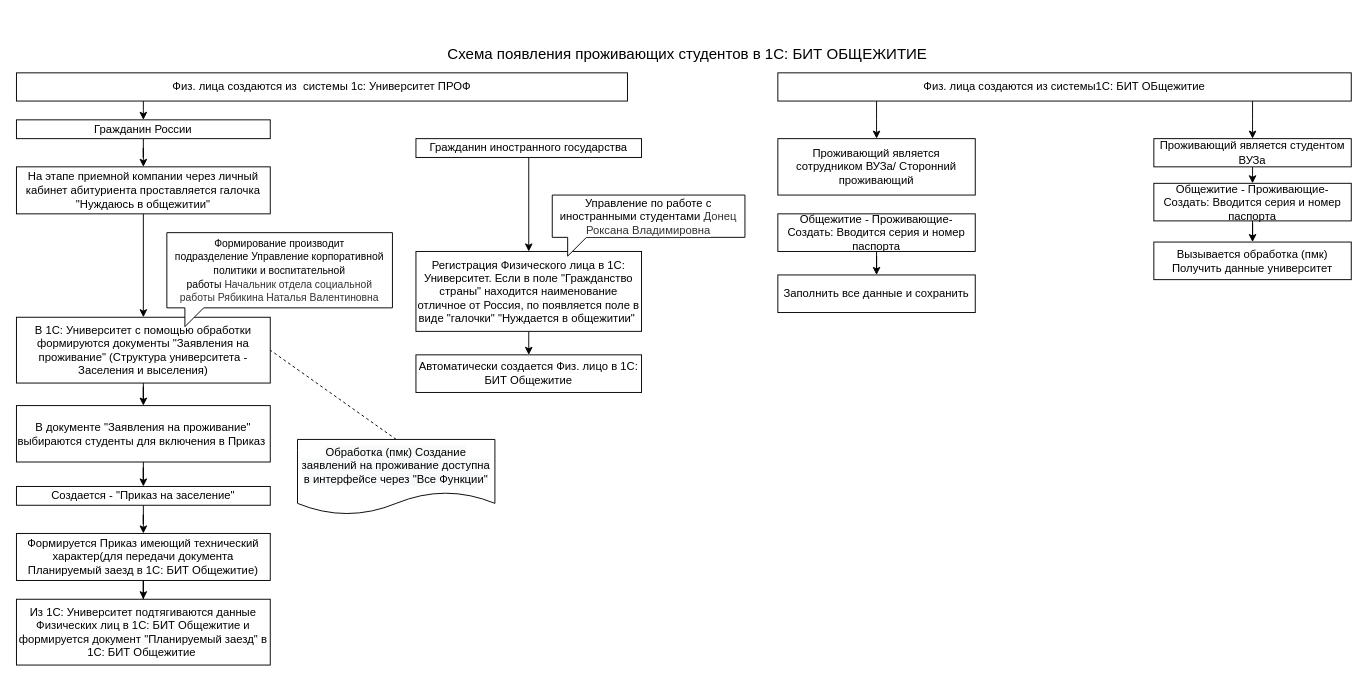
Earlier version of the draw.io diagram 1C Общежитие.drawio (st00g21/MyRepo2). Source tidied: cells renumbered, new cells numbered last; positions are measured from the earlier drawing's top-left corner, leaving out a move shared by most shapes. Both pictures are drawn from the tidied source at 94%, with x=0, y=0 at pixel (16, 44).
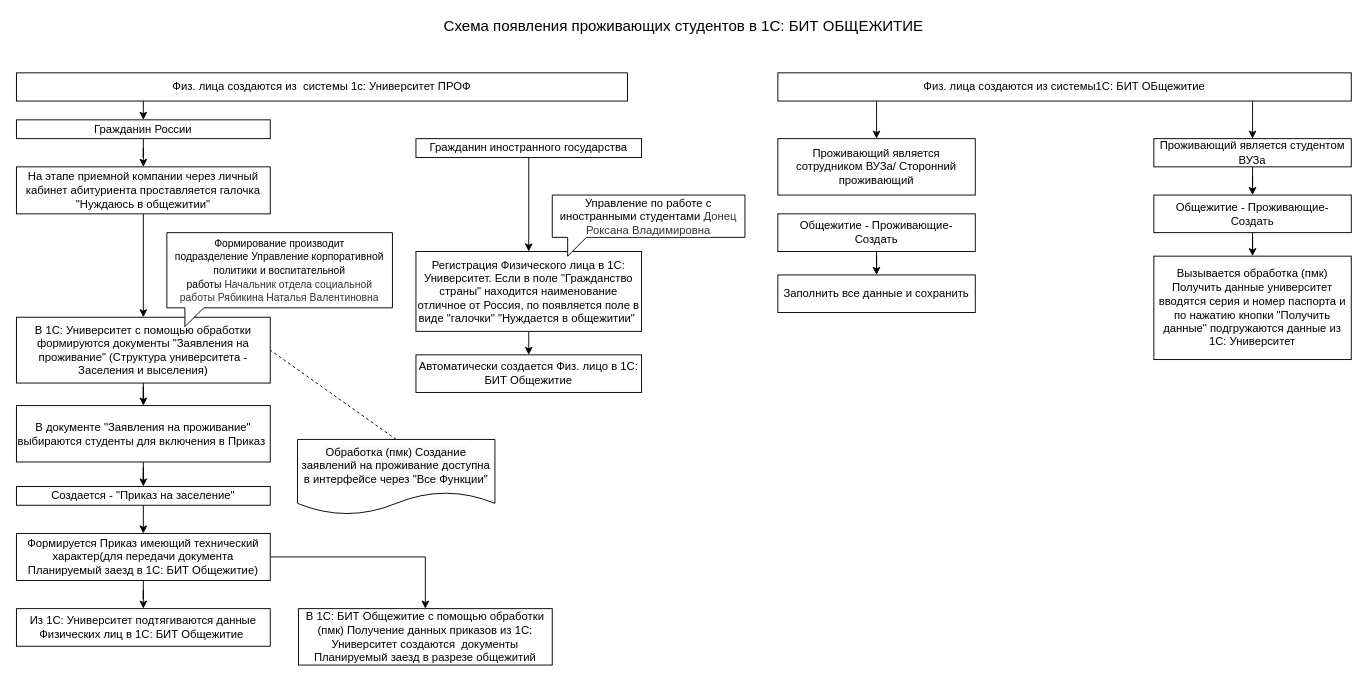
After the change.

The change refers to these unchanged cells:
```xml
<mxCell id="18" value="Формируется Приказ имеющий технический характер(для передачи документа Планируемый заезд в 1С: БИТ Общежитие)" style="rounded=0;whiteSpace=wrap;html=1;" parent="1" vertex="1">
  <mxGeometry y="520" width="270" height="50" as="geometry" />
</mxCell>
<mxCell id="28" value="Создается - &quot;Приказ на заселение&quot;" style="rounded=0;whiteSpace=wrap;html=1;" parent="1" vertex="1">
  <mxGeometry y="470" width="270" height="20" as="geometry" />
</mxCell>
<mxCell id="33" value="Проживающий является студентом ВУЗа" style="rounded=0;whiteSpace=wrap;html=1;" parent="1" vertex="1">
  <mxGeometry x="1210" y="100" width="210" height="30" as="geometry" />
</mxCell>
```

Change to the diagram source:
```diff
@@
     <mxCell id="4" value="&lt;font style=&quot;font-size: 16px&quot;&gt;Схема появления проживающих студентов в 1С: БИТ ОБЩЕЖИТИЕ&lt;/font&gt;" style="text;html=1;strokeColor=none;fillColor=none;align=center;verticalAlign=middle;whiteSpace=wrap;rounded=0;" parent="1" vertex="1">
-      <mxGeometry x="299" width="830" height="20" as="geometry" />
+      <mxGeometry x="295" y="-30" width="830" height="20" as="geometry" />
     </mxCell>
@@
+    <mxCell id="40" style="edgeStyle=orthogonalEdgeStyle;rounded=0;jettySize=auto;html=1;exitX=1;exitY=0.5;exitDx=0;exitDy=0;" parent="1" edge="1" source="18" target="41">
+      <mxGeometry relative="1" as="geometry" />
+    </mxCell>
@@
-    <mxCell id="19" value="Из 1С: Университет подтягиваются данные Физических лиц в 1С: БИТ Общежитие и формируется документ &quot;Планируемый заезд&quot; в 1С: БИТ Общежитие&amp;nbsp;" style="rounded=0;whiteSpace=wrap;html=1;" parent="1" vertex="1">
-      <mxGeometry y="590" width="270" height="70" as="geometry" />
+    <mxCell id="19" value="Из 1С: Университет подтягиваются данные Физических лиц в 1С: БИТ Общежитие&amp;nbsp;" style="rounded=0;whiteSpace=wrap;html=1;" parent="1" vertex="1">
+      <mxGeometry y="600" width="270" height="40" as="geometry" />
     </mxCell>
@@
-    <mxCell id="25" value="Общежитие - Проживающие- Создать: Вводится серия и номер паспорта" style="rounded=0;whiteSpace=wrap;html=1;" parent="1" vertex="1">
-      <mxGeometry x="1210" y="147.5" width="210" height="40" as="geometry" />
+    <mxCell id="25" value="Общежитие - Проживающие- Создать" style="rounded=0;whiteSpace=wrap;html=1;" parent="1" vertex="1">
+      <mxGeometry x="1210" y="160" width="210" height="40" as="geometry" />
     </mxCell>
-    <mxCell id="26" value="Вызывается обработка (пмк) Получить данные университет" style="rounded=0;whiteSpace=wrap;html=1;" parent="1" vertex="1">
-      <mxGeometry x="1210" y="210" width="210" height="40" as="geometry" />
+    <mxCell id="26" value="Вызывается обработка (пмк) Получить данные университет вводятся серия и номер паспорта и по нажатию кнопки &quot;Получить данные&quot; подгружаются данные из 1С: Университет" style="rounded=0;whiteSpace=wrap;html=1;" parent="1" vertex="1">
+      <mxGeometry x="1210" y="225" width="210" height="110" as="geometry" />
     </mxCell>
-    <mxCell id="27" style="edgeStyle=orthogonalEdgeStyle;rounded=0;jettySize=auto;html=1;entryX=0.5;entryY=0;entryDx=0;entryDy=0;" parent="1" edge="1" source="28" target="18">
-      <mxGeometry relative="1" as="geometry" />
+    <mxCell id="27" style="edgeStyle=orthogonalEdgeStyle;rounded=0;jettySize=auto;html=1;" parent="1" edge="1" source="28">
+      <mxGeometry relative="1" as="geometry">
+        <mxPoint x="135" y="520" as="targetPoint" />
+      </mxGeometry>
     </mxCell>
@@
-    <mxCell id="32" style="edgeStyle=orthogonalEdgeStyle;rounded=0;jettySize=auto;html=1;exitX=0.5;exitY=1;exitDx=0;exitDy=0;entryX=0.5;entryY=0;entryDx=0;entryDy=0;" parent="1" edge="1" source="33" target="25">
+    <mxCell id="32" style="edgeStyle=orthogonalEdgeStyle;rounded=0;jettySize=auto;html=1;" parent="1" edge="1" source="33" target="25">
       <mxGeometry relative="1" as="geometry" />
     </mxCell>
@@
-    <mxCell id="36" value="Общежитие - Проживающие- Создать: Вводится серия и номер паспорта" style="rounded=0;whiteSpace=wrap;html=1;" parent="1" vertex="1">
+    <mxCell id="36" value="Общежитие - Проживающие- Создать" style="rounded=0;whiteSpace=wrap;html=1;" parent="1" vertex="1">
       <mxGeometry x="810" y="180" width="210" height="40" as="geometry" />
     </mxCell>
@@
+    <mxCell id="41" value="В 1С: БИТ Общежитие с помощью обработки (пмк) Получение данных приказов из 1С: Университет создаются&amp;nbsp; документы Планируемый заезд в разрезе общежитий" style="rounded=0;whiteSpace=wrap;html=1;" parent="1" vertex="1">
+      <mxGeometry x="300" y="600" width="270" height="60" as="geometry" />
+    </mxCell>
```
